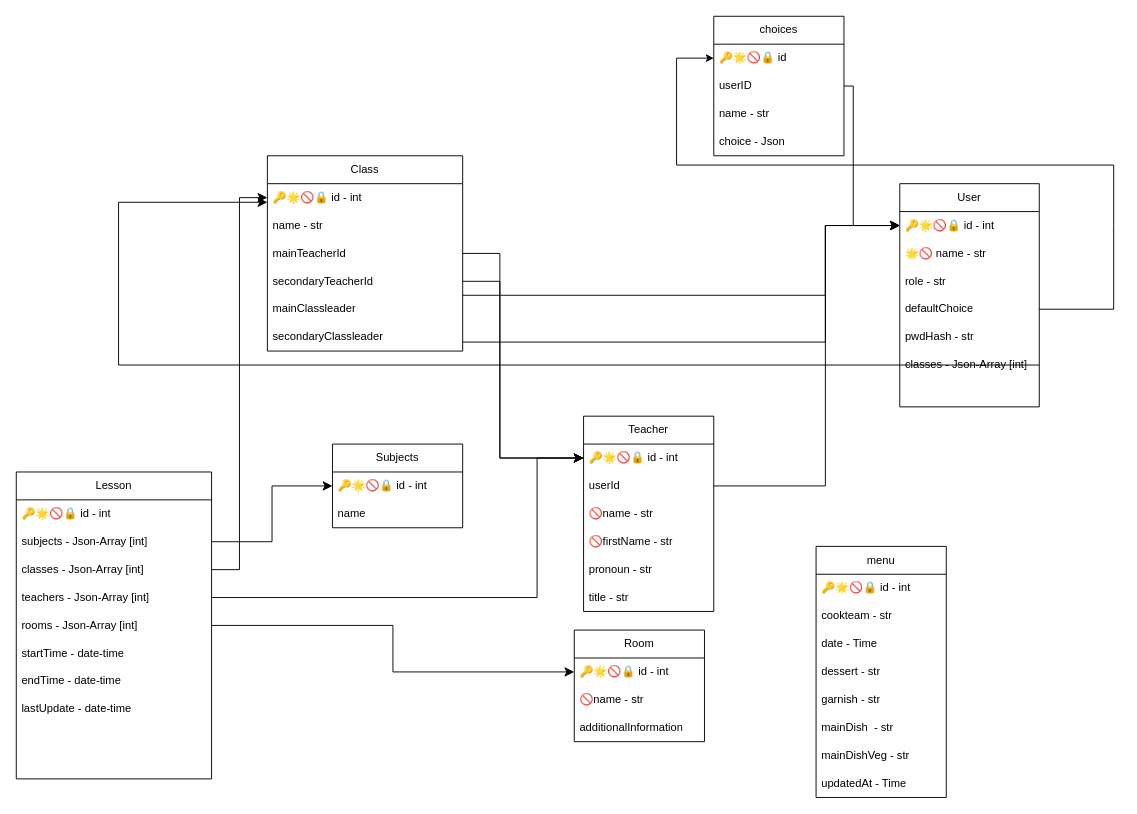
Before: db.drawio in TooManyFiles/TMF-Timetable-Docs, a draw.io diagram. Source tidied: cells renumbered, new cells numbered last; positions are measured from the earlier drawing's top-left corner, leaving out a move shared by most shapes. Both pictures are drawn from the tidied source at 93%, with x=0, y=0 at pixel (16, 16).
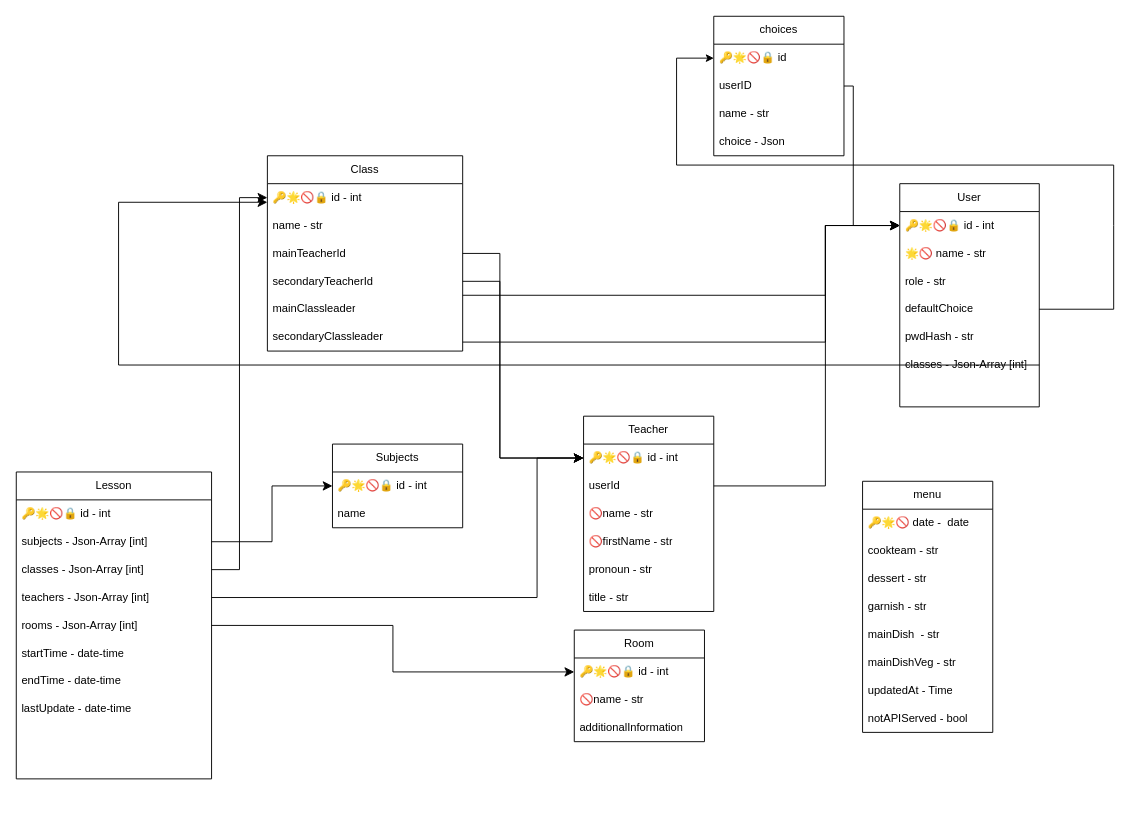
The same page after the edit.

Commit message:
made date pk for Menu

Diff of the diagram source:
```diff
@@
     <mxCell id="59" value="menu" style="swimlane;fontStyle=0;horizontal=1;startSize=30;whiteSpace=wrap;html=1;" parent="1" vertex="1">
-      <mxGeometry x="860" y="570" width="140" height="270" as="geometry" />
+      <mxGeometry x="910" y="500" width="140" height="270" as="geometry" />
     </mxCell>
-    <mxCell id="60" value="🔑🌟🚫🔒 id - int" style="text;strokeColor=none;fillColor=none;align=left;verticalAlign=middle;spacingLeft=4;spacingRight=4;overflow=hidden;whiteSpace=wrap;html=1;" parent="59" vertex="1">
-      <mxGeometry y="30" width="140" height="30" as="geometry" />
-    </mxCell>
+    <mxCell id="62" value="🔑🌟🚫 date&amp;nbsp;-&amp;nbsp; date" style="text;strokeColor=none;fillColor=none;align=left;verticalAlign=middle;spacingLeft=4;spacingRight=4;overflow=hidden;whiteSpace=wrap;html=1;" parent="59" vertex="1">
+      <mxGeometry y="30" width="140" height="30" as="geometry" />
+    </mxCell>
@@
-    <mxCell id="62" value="date&amp;nbsp;- Time" style="text;strokeColor=none;fillColor=none;align=left;verticalAlign=middle;spacingLeft=4;spacingRight=4;overflow=hidden;whiteSpace=wrap;html=1;" parent="59" vertex="1">
-      <mxGeometry y="90" width="140" height="30" as="geometry" />
-    </mxCell>
     <mxCell id="63" value="dessert&amp;nbsp;- str" style="text;strokeColor=none;fillColor=none;align=left;verticalAlign=middle;spacingLeft=4;spacingRight=4;overflow=hidden;whiteSpace=wrap;html=1;" parent="59" vertex="1">
-      <mxGeometry y="120" width="140" height="30" as="geometry" />
+      <mxGeometry y="90" width="140" height="30" as="geometry" />
     </mxCell>
     <mxCell id="64" value="garnish&amp;nbsp;- str" style="text;strokeColor=none;fillColor=none;align=left;verticalAlign=middle;spacingLeft=4;spacingRight=4;overflow=hidden;whiteSpace=wrap;html=1;" parent="59" vertex="1">
-      <mxGeometry y="150" width="140" height="30" as="geometry" />
+      <mxGeometry y="120" width="140" height="30" as="geometry" />
     </mxCell>
     <mxCell id="65" value="mainDish&amp;nbsp;&amp;nbsp;- str" style="text;strokeColor=none;fillColor=none;align=left;verticalAlign=middle;spacingLeft=4;spacingRight=4;overflow=hidden;whiteSpace=wrap;html=1;" parent="59" vertex="1">
-      <mxGeometry y="180" width="140" height="30" as="geometry" />
+      <mxGeometry y="150" width="140" height="30" as="geometry" />
     </mxCell>
     <mxCell id="66" value="mainDishVeg - str" style="text;strokeColor=none;fillColor=none;align=left;verticalAlign=middle;spacingLeft=4;spacingRight=4;overflow=hidden;whiteSpace=wrap;html=1;" parent="59" vertex="1">
-      <mxGeometry y="210" width="140" height="30" as="geometry" />
+      <mxGeometry y="180" width="140" height="30" as="geometry" />
     </mxCell>
     <mxCell id="67" value="updatedAt - Time" style="text;strokeColor=none;fillColor=none;align=left;verticalAlign=middle;spacingLeft=4;spacingRight=4;overflow=hidden;whiteSpace=wrap;html=1;" parent="59" vertex="1">
-      <mxGeometry y="240" width="140" height="30" as="geometry" />
+      <mxGeometry y="210" width="140" height="30" as="geometry" />
     </mxCell>
+    <mxCell id="68" value="notAPIServed - bool" style="text;strokeColor=none;fillColor=none;align=left;verticalAlign=middle;spacingLeft=4;spacingRight=4;overflow=hidden;whiteSpace=wrap;html=1;" parent="59" vertex="1">
+      <mxGeometry y="240" width="140" height="30" as="geometry" />
+    </mxCell>
```
